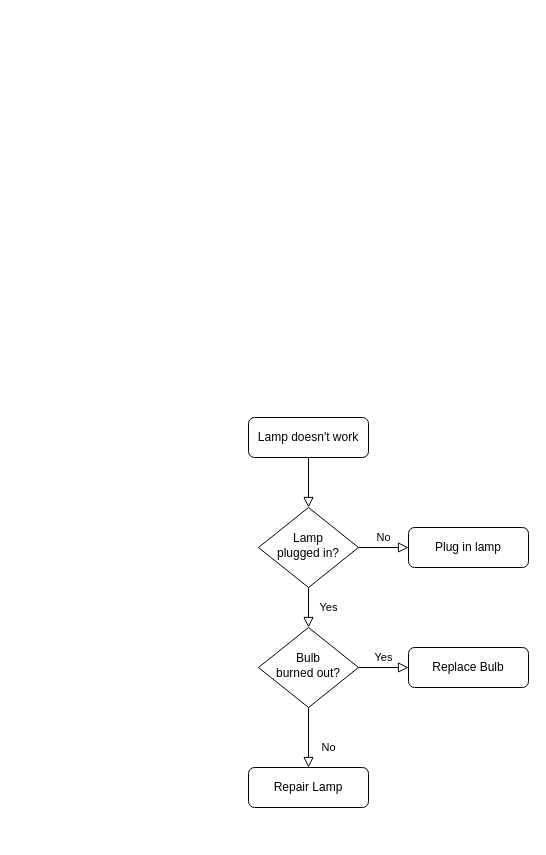
Before: Untitled Diagram.drawio in aspratyush/aspratyush.github.io, a draw.io diagram. Source tidied: cells renumbered, new cells numbered last; positions are measured from the earlier drawing's top-left corner, leaving out a move shared by most shapes. Both pictures are drawn from the tidied source at 100%, with x=0, y=0 at pixel (248, 417).
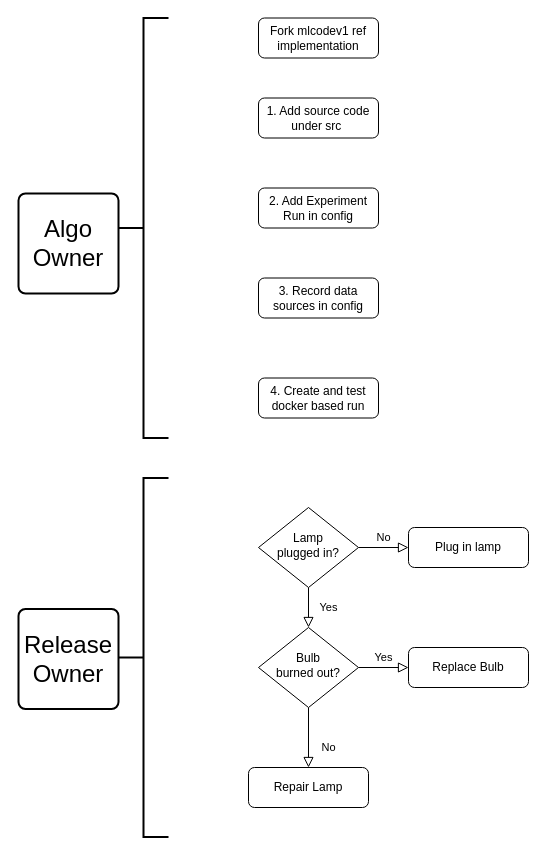
Above is the later version.

Change to the diagram source:
```diff
@@
 <mxGraphModel>
   <root>
     <mxCell id="0" />
     <mxCell id="1" parent="0" />
-    <mxCell id="2" style="rounded=0;html=1;jettySize=auto;fontSize=11;endArrow=block;endFill=0;endSize=8;strokeWidth=1;shadow=0;labelBackgroundColor=none;edgeStyle=orthogonalEdgeStyle;" parent="1" edge="1" source="3" target="6">
-      <mxGeometry relative="1" as="geometry" />
-    </mxCell>
-    <mxCell id="3" value="Lamp doesn't work" style="rounded=1;whiteSpace=wrap;html=1;fontSize=12;glass=0;strokeWidth=1;shadow=0;" parent="1" vertex="1">
-      <mxGeometry width="120" height="40" as="geometry" />
+    <mxCell id="3" value="Fork mlcodev1 ref implementation" style="rounded=1;whiteSpace=wrap;html=1;fontSize=12;glass=0;strokeWidth=1;shadow=0;" parent="1" vertex="1">
+      <mxGeometry x="10" y="-399.5" width="120" height="40" as="geometry" />
     </mxCell>
     <mxCell id="4" value="Yes" style="rounded=0;html=1;jettySize=auto;fontSize=11;endArrow=block;endFill=0;endSize=8;strokeWidth=1;shadow=0;labelBackgroundColor=none;edgeStyle=orthogonalEdgeStyle;" parent="1" edge="1" source="6" target="10">
       <mxGeometry y="20" relative="1" as="geometry" />
     </mxCell>
     <mxCell id="5" value="No" style="edgeStyle=orthogonalEdgeStyle;rounded=0;html=1;jettySize=auto;fontSize=11;endArrow=block;endFill=0;endSize=8;strokeWidth=1;shadow=0;labelBackgroundColor=none;" parent="1" edge="1" source="6" target="7">
       <mxGeometry y="10" relative="1" as="geometry" />
     </mxCell>
     <mxCell id="6" value="Lamp&lt;br&gt;plugged in?" style="rhombus;whiteSpace=wrap;html=1;shadow=0;fontFamily=Helvetica;fontSize=12;align=center;strokeWidth=1;spacing=6;spacingTop=-4;" parent="1" vertex="1">
       <mxGeometry x="10" y="90" width="100" height="80" as="geometry" />
     </mxCell>
     <mxCell id="7" value="Plug in lamp" style="rounded=1;whiteSpace=wrap;html=1;fontSize=12;glass=0;strokeWidth=1;shadow=0;" parent="1" vertex="1">
       <mxGeometry x="160" y="110" width="120" height="40" as="geometry" />
     </mxCell>
     <mxCell id="8" value="No" style="rounded=0;html=1;jettySize=auto;fontSize=11;endArrow=block;endFill=0;endSize=8;strokeWidth=1;shadow=0;labelBackgroundColor=none;edgeStyle=orthogonalEdgeStyle;" parent="1" edge="1" source="10" target="11">
       <mxGeometry x="0.33" y="20" relative="1" as="geometry" />
     </mxCell>
     <mxCell id="9" value="Yes" style="edgeStyle=orthogonalEdgeStyle;rounded=0;html=1;jettySize=auto;fontSize=11;endArrow=block;endFill=0;endSize=8;strokeWidth=1;shadow=0;labelBackgroundColor=none;" parent="1" edge="1" source="10" target="12">
       <mxGeometry y="10" relative="1" as="geometry" />
     </mxCell>
     <mxCell id="10" value="Bulb&lt;br&gt;burned out?" style="rhombus;whiteSpace=wrap;html=1;shadow=0;fontFamily=Helvetica;fontSize=12;align=center;strokeWidth=1;spacing=6;spacingTop=-4;" parent="1" vertex="1">
       <mxGeometry x="10" y="210" width="100" height="80" as="geometry" />
     </mxCell>
     <mxCell id="11" value="Repair Lamp" style="rounded=1;whiteSpace=wrap;html=1;fontSize=12;glass=0;strokeWidth=1;shadow=0;" parent="1" vertex="1">
       <mxGeometry y="350" width="120" height="40" as="geometry" />
     </mxCell>
     <mxCell id="12" value="Replace Bulb" style="rounded=1;whiteSpace=wrap;html=1;fontSize=12;glass=0;strokeWidth=1;shadow=0;" parent="1" vertex="1">
       <mxGeometry x="160" y="230" width="120" height="40" as="geometry" />
     </mxCell>
+    <mxCell id="13" style="strokeWidth=2;html=1;shape=mxgraph.flowchart.annotation_2;align=left;labelPosition=right;" parent="1" vertex="1">
+      <mxGeometry x="-130" y="-399.5" width="50" height="420" as="geometry" />
+    </mxCell>
+    <mxCell id="14" style="strokeWidth=2;html=1;shape=mxgraph.flowchart.annotation_2;align=left;labelPosition=right;" parent="1" vertex="1">
+      <mxGeometry x="-130" y="60.5" width="50" height="359" as="geometry" />
+    </mxCell>
+    <mxCell id="15" value="&lt;font style=&quot;font-size: 24px&quot;&gt;Algo Owner&lt;/font&gt;" style="rounded=1;whiteSpace=wrap;html=1;absoluteArcSize=1;arcSize=14;strokeWidth=2;" parent="1" vertex="1">
+      <mxGeometry x="-230" y="-224" width="100" height="100" as="geometry" />
+    </mxCell>
+    <mxCell id="16" value="&lt;font style=&quot;font-size: 24px&quot;&gt;Release Owner&lt;/font&gt;" style="rounded=1;whiteSpace=wrap;html=1;absoluteArcSize=1;arcSize=14;strokeWidth=2;" parent="1" vertex="1">
+      <mxGeometry x="-230" y="191.5" width="100" height="100" as="geometry" />
+    </mxCell>
+    <mxCell id="17" value="1. Add source code under src&amp;nbsp;" style="rounded=1;whiteSpace=wrap;html=1;fontSize=12;glass=0;strokeWidth=1;shadow=0;" parent="1" vertex="1">
+      <mxGeometry x="10" y="-319.5" width="120" height="40" as="geometry" />
+    </mxCell>
+    <mxCell id="18" value="2. Add Experiment Run in config" style="rounded=1;whiteSpace=wrap;html=1;fontSize=12;glass=0;strokeWidth=1;shadow=0;" parent="1" vertex="1">
+      <mxGeometry x="10" y="-229.5" width="120" height="40" as="geometry" />
+    </mxCell>
+    <mxCell id="19" value="3. Record data sources in config" style="rounded=1;whiteSpace=wrap;html=1;fontSize=12;glass=0;strokeWidth=1;shadow=0;" parent="1" vertex="1">
+      <mxGeometry x="10" y="-139.5" width="120" height="40" as="geometry" />
+    </mxCell>
+    <mxCell id="20" value="4. Create and test docker based run" style="rounded=1;whiteSpace=wrap;html=1;fontSize=12;glass=0;strokeWidth=1;shadow=0;" parent="1" vertex="1">
+      <mxGeometry x="10" y="-39.5" width="120" height="40" as="geometry" />
+    </mxCell>
   </root>
 </mxGraphModel>
```
